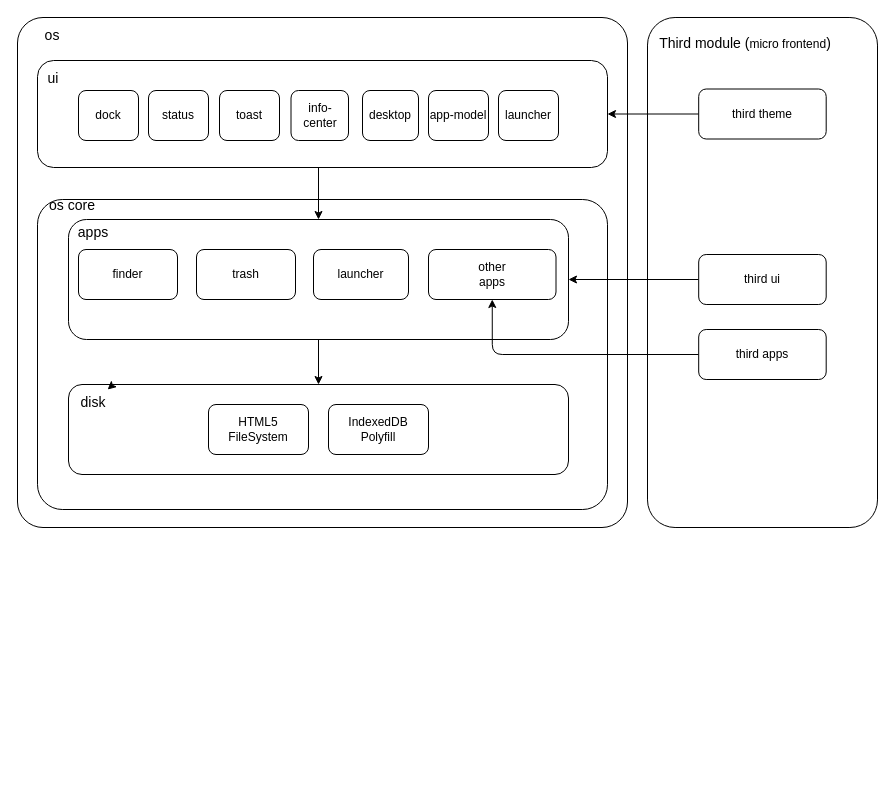
Earlier version of the draw.io diagram design.drawio (theajack/mac). Source tidied: cells renumbered, new cells numbered last; positions are measured from the earlier drawing's top-left corner, leaving out a move shared by most shapes. Both pictures are drawn from the tidied source at 100%, with x=0, y=0 at pixel (17, 17).
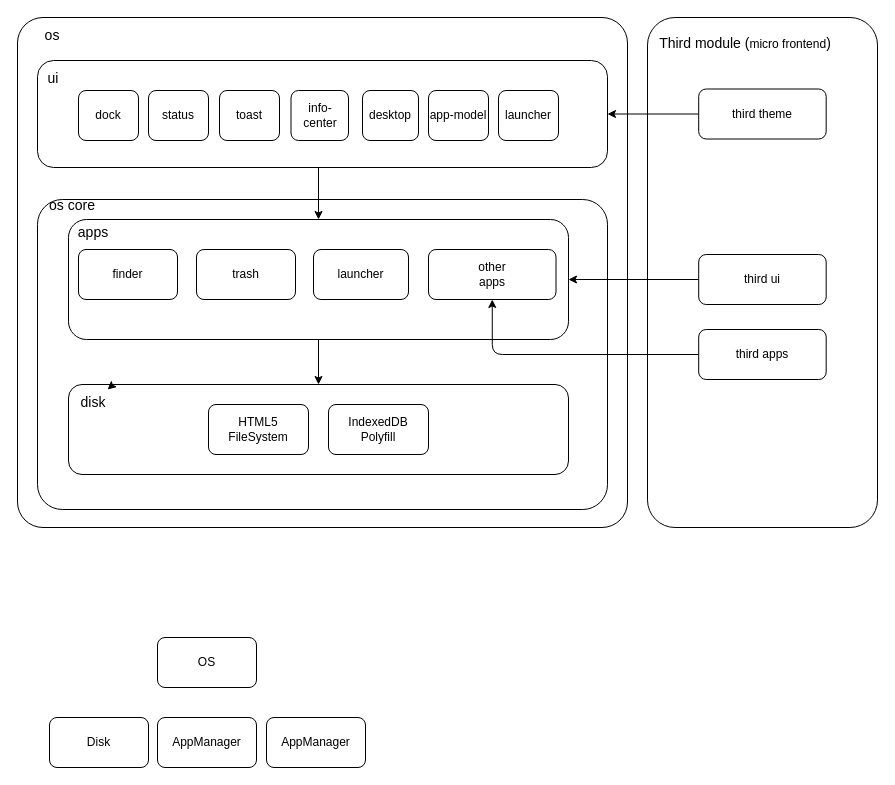
The same diagram, later.

The edit, as a diff of the source:
```diff
@@
+    <mxCell id="36" value="OS" style="rounded=1;whiteSpace=wrap;html=1;" parent="1" vertex="1">
+      <mxGeometry x="140" y="620" width="99" height="50" as="geometry" />
+    </mxCell>
+    <mxCell id="37" value="Disk" style="rounded=1;whiteSpace=wrap;html=1;" parent="1" vertex="1">
+      <mxGeometry x="32" y="700" width="99" height="50" as="geometry" />
+    </mxCell>
+    <mxCell id="38" value="AppManager" style="rounded=1;whiteSpace=wrap;html=1;" parent="1" vertex="1">
+      <mxGeometry x="140" y="700" width="99" height="50" as="geometry" />
+    </mxCell>
+    <mxCell id="39" value="AppManager" style="rounded=1;whiteSpace=wrap;html=1;" parent="1" vertex="1">
+      <mxGeometry x="249" y="700" width="99" height="50" as="geometry" />
+    </mxCell>
```
